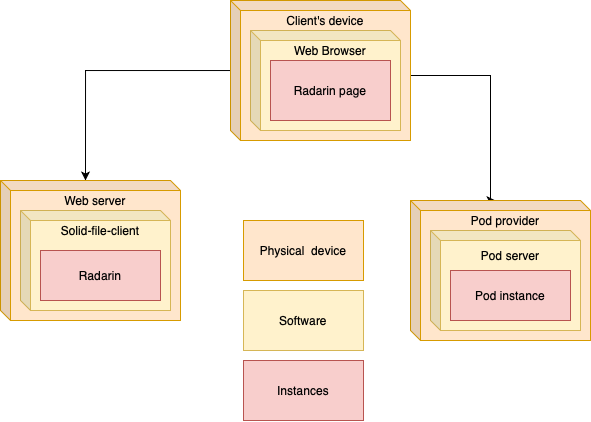
Above: webapp/docs/images/07-deploymentDiagram.png in Arquisoft/radarin_es3a (draw.io), before the change. Source tidied: cells renumbered, new cells last; positions are measured from the earlier drawing's top-left corner, leaving out a move shared by most shapes. The source it was exported from:
```xml
<mxGraphModel>
  <root>
    <mxCell id="0" />
    <mxCell id="1" parent="0" />
    <mxCell id="2" style="edgeStyle=orthogonalEdgeStyle;rounded=0;jettySize=auto;html=1;entryX=0;entryY=0;entryDx=85;entryDy=0;entryPerimeter=0;" parent="1" edge="1" source="4" target="7">
      <mxGeometry relative="1" as="geometry" />
    </mxCell>
    <mxCell id="3" style="edgeStyle=orthogonalEdgeStyle;rounded=0;jettySize=auto;html=1;entryX=0;entryY=0;entryDx=85;entryDy=0;entryPerimeter=0;exitX=0;exitY=0;exitDx=180;exitDy=75;exitPerimeter=0;" parent="1" edge="1" source="4" target="10">
      <mxGeometry relative="1" as="geometry">
        <Array as="points">
          <mxPoint x="490" y="75" />
          <mxPoint x="490" y="200" />
        </Array>
      </mxGeometry>
    </mxCell>
    <mxCell id="4" value="&lt;br&gt;&lt;br&gt;&lt;br&gt;&lt;br&gt;&lt;br&gt;" style="shape=cube;whiteSpace=wrap;html=1;boundedLbl=1;backgroundOutline=1;darkOpacity=0.05;darkOpacity2=0.1;size=10;fillColor=#ffe6cc;strokeColor=#d79b00;" parent="1" vertex="1">
      <mxGeometry x="230" width="180" height="140" as="geometry" />
    </mxCell>
    <mxCell id="5" value="&lt;br&gt;&lt;br&gt;&lt;br&gt;&lt;br&gt;&lt;br&gt;" style="shape=cube;whiteSpace=wrap;html=1;boundedLbl=1;backgroundOutline=1;darkOpacity=0.05;darkOpacity2=0.1;size=10;fillColor=#fff2cc;strokeColor=#d6b656;" parent="1" vertex="1">
      <mxGeometry x="250" y="30" width="150" height="100" as="geometry" />
    </mxCell>
    <mxCell id="6" style="rounded=0;whiteSpace=wrap;html=1;fillColor=#f8cecc;strokeColor=#b85450;" parent="1" vertex="1">
      <mxGeometry x="270" y="60" width="120" height="60" as="geometry" />
    </mxCell>
    <mxCell id="7" value="&lt;br&gt;&lt;br&gt;&lt;br&gt;&lt;br&gt;&lt;br&gt;" style="shape=cube;whiteSpace=wrap;html=1;boundedLbl=1;backgroundOutline=1;darkOpacity=0.05;darkOpacity2=0.1;size=10;fillColor=#ffe6cc;strokeColor=#d79b00;" parent="1" vertex="1">
      <mxGeometry y="180" width="180" height="140" as="geometry" />
    </mxCell>
    <mxCell id="8" value="&lt;br&gt;&lt;br&gt;&lt;br&gt;&lt;br&gt;&lt;br&gt;" style="shape=cube;whiteSpace=wrap;html=1;boundedLbl=1;backgroundOutline=1;darkOpacity=0.05;darkOpacity2=0.1;size=10;fillColor=#fff2cc;strokeColor=#d6b656;" parent="1" vertex="1">
      <mxGeometry x="20" y="210" width="150" height="100" as="geometry" />
    </mxCell>
    <mxCell id="9" style="rounded=0;whiteSpace=wrap;html=1;fillColor=#f8cecc;strokeColor=#b85450;" parent="1" vertex="1">
      <mxGeometry x="40" y="250" width="120" height="50" as="geometry" />
    </mxCell>
    <mxCell id="10" value="&lt;br&gt;&lt;br&gt;&lt;br&gt;&lt;br&gt;&lt;br&gt;" style="shape=cube;whiteSpace=wrap;html=1;boundedLbl=1;backgroundOutline=1;darkOpacity=0.05;darkOpacity2=0.1;size=10;fillColor=#ffe6cc;strokeColor=#d79b00;" parent="1" vertex="1">
      <mxGeometry x="410" y="200" width="180" height="140" as="geometry" />
    </mxCell>
    <mxCell id="11" value="&lt;br&gt;&lt;br&gt;&lt;br&gt;&lt;br&gt;&lt;br&gt;" style="shape=cube;whiteSpace=wrap;html=1;boundedLbl=1;backgroundOutline=1;darkOpacity=0.05;darkOpacity2=0.1;size=10;fillColor=#fff2cc;strokeColor=#d6b656;" parent="1" vertex="1">
      <mxGeometry x="430" y="230" width="150" height="100" as="geometry" />
    </mxCell>
    <mxCell id="12" style="rounded=0;whiteSpace=wrap;html=1;fillColor=#f8cecc;strokeColor=#b85450;" parent="1" vertex="1">
      <mxGeometry x="450" y="270" width="120" height="50" as="geometry" />
    </mxCell>
    <mxCell id="13" value="Client's device" style="text;html=1;strokeColor=none;fillColor=none;align=center;verticalAlign=middle;whiteSpace=wrap;rounded=0;" parent="1" vertex="1">
      <mxGeometry x="280" y="10" width="90" height="20" as="geometry" />
    </mxCell>
    <mxCell id="14" value="Web Browser" style="text;html=1;strokeColor=none;fillColor=none;align=center;verticalAlign=middle;whiteSpace=wrap;rounded=0;" parent="1" vertex="1">
      <mxGeometry x="280" y="40" width="100" height="20" as="geometry" />
    </mxCell>
    <mxCell id="15" value="Radarin page" style="text;html=1;strokeColor=none;fillColor=none;align=center;verticalAlign=middle;whiteSpace=wrap;rounded=0;" parent="1" vertex="1">
      <mxGeometry x="280" y="80" width="100" height="20" as="geometry" />
    </mxCell>
    <mxCell id="16" value="Web server" style="text;html=1;strokeColor=none;fillColor=none;align=center;verticalAlign=middle;whiteSpace=wrap;rounded=0;" parent="1" vertex="1">
      <mxGeometry x="40" y="190" width="110" height="20" as="geometry" />
    </mxCell>
    <mxCell id="17" value="Pod provider" style="text;html=1;strokeColor=none;fillColor=none;align=center;verticalAlign=middle;whiteSpace=wrap;rounded=0;" parent="1" vertex="1">
      <mxGeometry x="420" y="210" width="170" height="20" as="geometry" />
    </mxCell>
    <mxCell id="18" value="Pod server" style="text;html=1;strokeColor=none;fillColor=none;align=center;verticalAlign=middle;whiteSpace=wrap;rounded=0;" parent="1" vertex="1">
      <mxGeometry x="450" y="245" width="120" height="20" as="geometry" />
    </mxCell>
    <mxCell id="19" value="Pod instance" style="text;html=1;strokeColor=none;fillColor=none;align=center;verticalAlign=middle;whiteSpace=wrap;rounded=0;" parent="1" vertex="1">
      <mxGeometry x="450" y="285" width="120" height="20" as="geometry" />
    </mxCell>
    <mxCell id="20" value="Solid-file-client" style="text;html=1;strokeColor=none;fillColor=none;align=center;verticalAlign=middle;whiteSpace=wrap;rounded=0;" parent="1" vertex="1">
      <mxGeometry x="30" y="220" width="140" height="20" as="geometry" />
    </mxCell>
    <mxCell id="21" value="Radarin" style="text;html=1;strokeColor=none;fillColor=none;align=center;verticalAlign=middle;whiteSpace=wrap;rounded=0;" parent="1" vertex="1">
      <mxGeometry x="40" y="265" width="120" height="20" as="geometry" />
    </mxCell>
    <mxCell id="22" style="rounded=0;whiteSpace=wrap;html=1;fillColor=#f8cecc;strokeColor=#b85450;" parent="1" vertex="1">
      <mxGeometry x="243" y="360" width="120" height="60" as="geometry" />
    </mxCell>
    <mxCell id="23" style="rounded=0;whiteSpace=wrap;html=1;fillColor=#fff2cc;strokeColor=#d6b656;" parent="1" vertex="1">
      <mxGeometry x="243" y="290" width="120" height="60" as="geometry" />
    </mxCell>
    <mxCell id="24" style="rounded=0;whiteSpace=wrap;html=1;fillColor=#ffe6cc;strokeColor=#d79b00;" parent="1" vertex="1">
      <mxGeometry x="243" y="220" width="120" height="60" as="geometry" />
    </mxCell>
    <mxCell id="25" value="Physical &amp;nbsp;device" style="text;html=1;strokeColor=none;fillColor=none;align=center;verticalAlign=middle;whiteSpace=wrap;rounded=0;" parent="1" vertex="1">
      <mxGeometry x="243" y="240" width="120" height="20" as="geometry" />
    </mxCell>
    <mxCell id="26" value="Software" style="text;html=1;strokeColor=none;fillColor=none;align=center;verticalAlign=middle;whiteSpace=wrap;rounded=0;" parent="1" vertex="1">
      <mxGeometry x="243" y="310" width="120" height="20" as="geometry" />
    </mxCell>
    <mxCell id="27" value="Instances" style="text;html=1;strokeColor=none;fillColor=none;align=center;verticalAlign=middle;whiteSpace=wrap;rounded=0;" parent="1" vertex="1">
      <mxGeometry x="243" y="380" width="120" height="20" as="geometry" />
    </mxCell>
  </root>
</mxGraphModel>
```
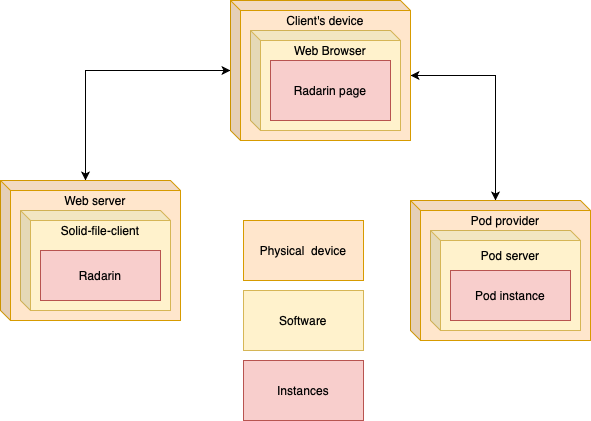
Later version of the same file.

Commit message:
Changes in the diagram of the part 7

Diff of the diagram source:
```diff
@@ -2,14 +2,13 @@
   <root>
     <mxCell id="0" />
     <mxCell id="1" parent="0" />
-    <mxCell id="2" style="edgeStyle=orthogonalEdgeStyle;rounded=0;jettySize=auto;html=1;entryX=0;entryY=0;entryDx=85;entryDy=0;entryPerimeter=0;" parent="1" edge="1" source="4" target="7">
+    <mxCell id="2" style="edgeStyle=orthogonalEdgeStyle;rounded=0;jettySize=auto;html=1;entryX=0;entryY=0;entryDx=85;entryDy=0;entryPerimeter=0;endArrow=classic;endFill=1;startArrow=classic;startFill=1;" parent="1" edge="1" source="4" target="7">
       <mxGeometry relative="1" as="geometry" />
     </mxCell>
-    <mxCell id="3" style="edgeStyle=orthogonalEdgeStyle;rounded=0;jettySize=auto;html=1;entryX=0;entryY=0;entryDx=85;entryDy=0;entryPerimeter=0;exitX=0;exitY=0;exitDx=180;exitDy=75;exitPerimeter=0;" parent="1" edge="1" source="4" target="10">
+    <mxCell id="3" style="edgeStyle=orthogonalEdgeStyle;rounded=0;jettySize=auto;html=1;entryX=0;entryY=0;entryDx=85;entryDy=0;entryPerimeter=0;exitX=0;exitY=0;exitDx=180;exitDy=75;exitPerimeter=0;startArrow=classic;startFill=1;" parent="1" edge="1" source="4" target="10">
       <mxGeometry relative="1" as="geometry">
         <Array as="points">
-          <mxPoint x="490" y="75" />
-          <mxPoint x="490" y="200" />
+          <mxPoint x="495" y="75" />
         </Array>
       </mxGeometry>
     </mxCell>
```
